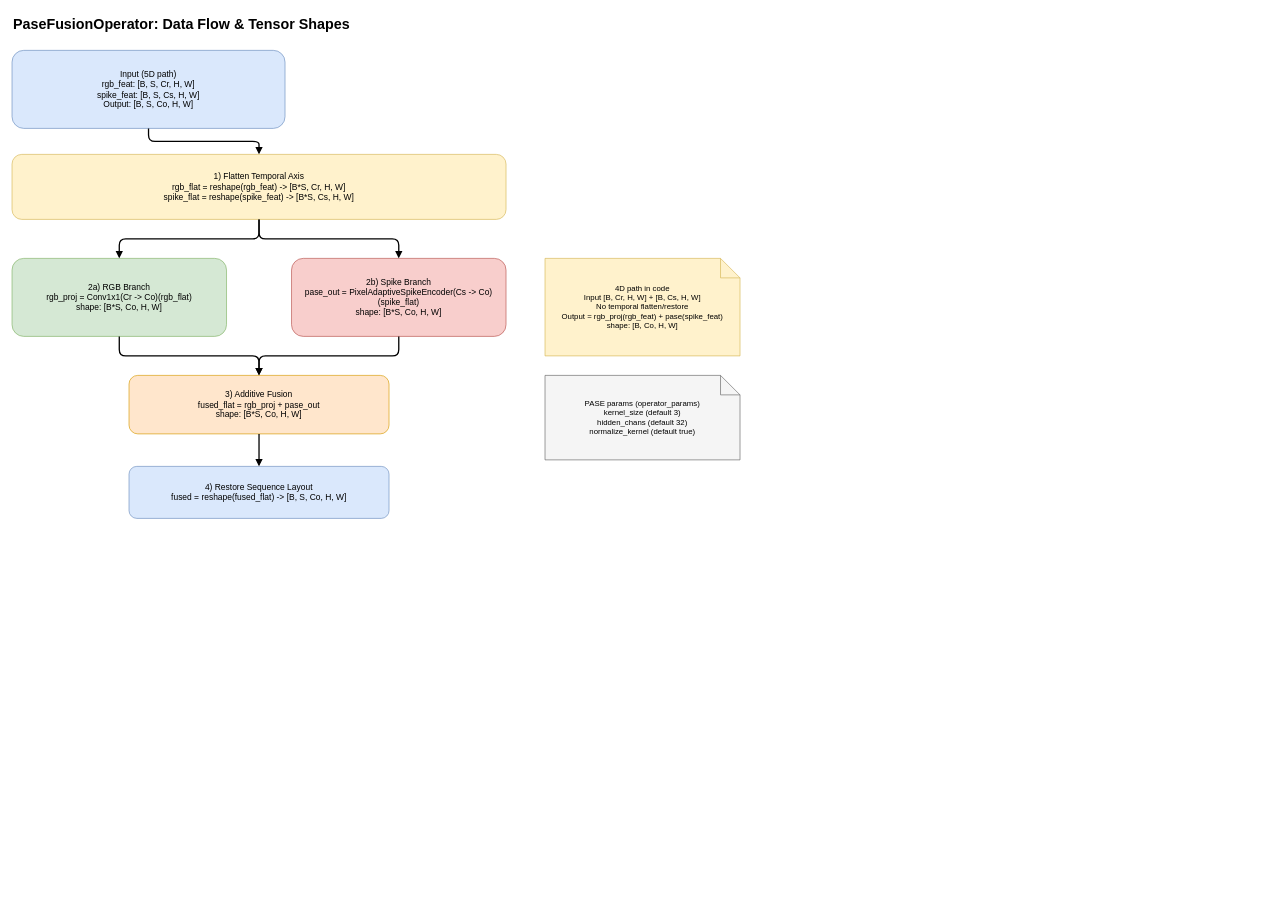
S-VRT/S-VRT keeps this draw.io diagram as docs/superpowers/diagrams/2026-04-08-svrt-pase-fusion-operator.drawio. Above is the earlier version. Source tidied: cells renumbered, new cells numbered last; positions are measured from the earlier drawing's top-left corner, leaving out a move shared by most shapes. Both pictures are drawn from the tidied source at 65%, with x=0, y=0 at pixel (12, 11).
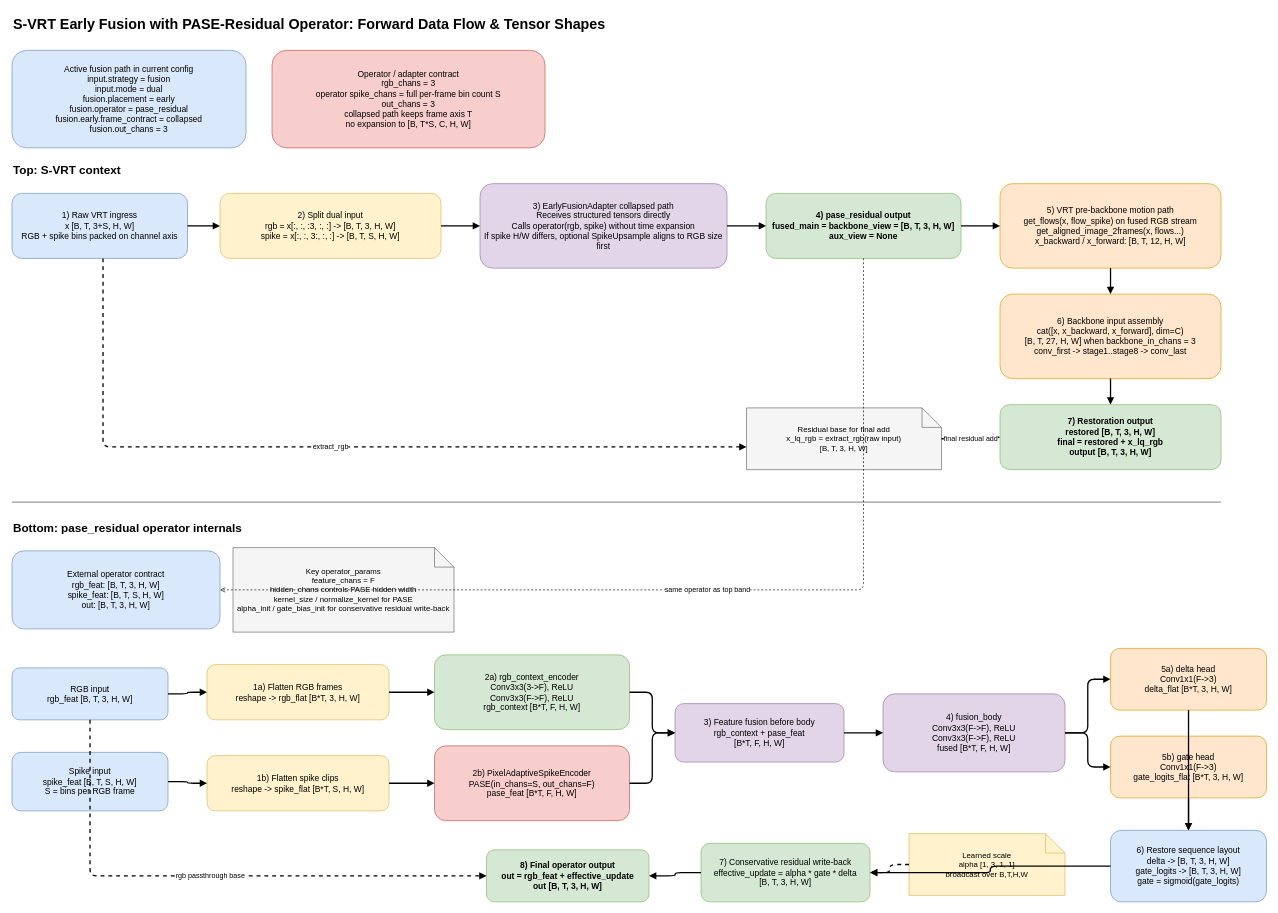
The same page after the edit.

Commit message (it also covers changes not shown here):
feat(fusion): implement pase residual raw-window spike representation and associated tests

What changed in the source:
```diff
@@
-    <mxCell id="2" value="PaseFusionOperator: Data Flow &amp; Tensor Shapes" style="text;html=1;strokeColor=none;fillColor=none;align=left;verticalAlign=middle;fontSize=22;fontStyle=1;" parent="1" vertex="1">
-      <mxGeometry width="820" height="40" as="geometry" />
+    <mxCell id="2" value="S-VRT Early Fusion with PASE-Residual Operator: Forward Data Flow &amp; Tensor Shapes" style="text;html=1;strokeColor=none;fillColor=none;align=left;verticalAlign=middle;fontSize=22;fontStyle=1;" parent="1" vertex="1">
+      <mxGeometry width="1500" height="40" as="geometry" />
     </mxCell>
-    <mxCell id="3" value="Input (5D path)&#10;rgb_feat: [B, S, Cr, H, W]&#10;spike_feat: [B, S, Cs, H, W]&#10;Output: [B, S, Co, H, W]" style="rounded=1;whiteSpace=wrap;html=1;fillColor=#dae8fc;strokeColor=#6c8ebf;fontSize=13;" parent="1" vertex="1">
-      <mxGeometry y="60" width="420" height="120" as="geometry" />
-    </mxCell>
-    <mxCell id="4" value="1) Flatten Temporal Axis&#10;rgb_flat = reshape(rgb_feat) -&gt; [B*S, Cr, H, W]&#10;spike_flat = reshape(spike_feat) -&gt; [B*S, Cs, H, W]" style="rounded=1;whiteSpace=wrap;html=1;fillColor=#fff2cc;strokeColor=#d6b656;fontSize=13;" parent="1" vertex="1">
-      <mxGeometry y="220" width="760" height="100" as="geometry" />
-    </mxCell>
-    <mxCell id="5" value="2a) RGB Branch&#10;rgb_proj = Conv1x1(Cr -&gt; Co)(rgb_flat)&#10;shape: [B*S, Co, H, W]" style="rounded=1;whiteSpace=wrap;html=1;fillColor=#d5e8d4;strokeColor=#82b366;fontSize=13;" parent="1" vertex="1">
-      <mxGeometry y="380" width="330" height="120" as="geometry" />
-    </mxCell>
-    <mxCell id="6" value="2b) Spike Branch&#10;pase_out = PixelAdaptiveSpikeEncoder(Cs -&gt; Co)(spike_flat)&#10;shape: [B*S, Co, H, W]" style="rounded=1;whiteSpace=wrap;html=1;fillColor=#f8cecc;strokeColor=#b85450;fontSize=13;" parent="1" vertex="1">
-      <mxGeometry x="430" y="380" width="330" height="120" as="geometry" />
-    </mxCell>
-    <mxCell id="7" value="3) Additive Fusion&#10;fused_flat = rgb_proj + pase_out&#10;shape: [B*S, Co, H, W]" style="rounded=1;whiteSpace=wrap;html=1;fillColor=#ffe6cc;strokeColor=#d79b00;fontSize=13;" parent="1" vertex="1">
-      <mxGeometry x="180" y="560" width="400" height="90" as="geometry" />
-    </mxCell>
+    <mxCell id="17" value="Active fusion path in current config&#10;input.strategy = fusion&#10;input.mode = dual&#10;fusion.placement = early&#10;fusion.operator = pase_residual&#10;fusion.early.frame_contract = collapsed&#10;fusion.out_chans = 3" style="rounded=1;whiteSpace=wrap;html=1;fillColor=#dae8fc;strokeColor=#6c8ebf;fontSize=13;" parent="1" vertex="1">
+      <mxGeometry y="60" width="360" height="150" as="geometry" />
+    </mxCell>
+    <mxCell id="18" value="Operator / adapter contract&#10;rgb_chans = 3&#10;operator spike_chans = full per-frame bin count S&#10;out_chans = 3&#10;collapsed path keeps frame axis T&#10;no expansion to [B, T*S, C, H, W]" style="rounded=1;whiteSpace=wrap;html=1;fillColor=#f8cecc;strokeColor=#b85450;fontSize=13;" parent="1" vertex="1">
+      <mxGeometry x="400" y="60" width="420" height="150" as="geometry" />
+    </mxCell>
+    <mxCell id="19" value="Top: S-VRT context" style="text;html=1;strokeColor=none;fillColor=none;align=left;verticalAlign=middle;fontSize=18;fontStyle=1;" parent="1" vertex="1">
+      <mxGeometry y="230" width="300" height="30" as="geometry" />
+    </mxCell>
+    <mxCell id="20" value="1) Raw VRT ingress&#10;x [B, T, 3+S, H, W]&#10;RGB + spike bins packed on channel axis" style="rounded=1;whiteSpace=wrap;html=1;fillColor=#dae8fc;strokeColor=#6c8ebf;fontSize=13;" parent="1" vertex="1">
+      <mxGeometry y="280" width="270" height="100" as="geometry" />
+    </mxCell>
+    <mxCell id="21" value="2) Split dual input&#10;rgb = x[:, :, :3, :, :] -&gt; [B, T, 3, H, W]&#10;spike = x[:, :, 3:, :, :] -&gt; [B, T, S, H, W]" style="rounded=1;whiteSpace=wrap;html=1;fillColor=#fff2cc;strokeColor=#d6b656;fontSize=13;" parent="1" vertex="1">
+      <mxGeometry x="320" y="280" width="340" height="100" as="geometry" />
+    </mxCell>
+    <mxCell id="22" value="3) EarlyFusionAdapter collapsed path&#10;Receives structured tensors directly&#10;Calls operator(rgb, spike) without time expansion&#10;If spike H/W differs, optional SpikeUpsample aligns to RGB size first" style="rounded=1;whiteSpace=wrap;html=1;fillColor=#e1d5e7;strokeColor=#9673a6;fontSize=13;" parent="1" vertex="1">
+      <mxGeometry x="720" y="265" width="380" height="130" as="geometry" />
+    </mxCell>
+    <mxCell id="23" value="4) pase_residual output&#10;fused_main = backbone_view = [B, T, 3, H, W]&#10;aux_view = None" style="rounded=1;whiteSpace=wrap;html=1;fillColor=#d5e8d4;strokeColor=#82b366;fontSize=13;fontStyle=1;" parent="1" vertex="1">
+      <mxGeometry x="1160" y="280" width="300" height="100" as="geometry" />
+    </mxCell>
+    <mxCell id="24" value="5) VRT pre-backbone motion path&#10;get_flows(x, flow_spike) on fused RGB stream&#10;get_aligned_image_2frames(x, flows...)&#10;x_backward / x_forward: [B, T, 12, H, W]" style="rounded=1;whiteSpace=wrap;html=1;fillColor=#ffe6cc;strokeColor=#d79b00;fontSize=13;" parent="1" vertex="1">
+      <mxGeometry x="1520" y="265" width="340" height="130" as="geometry" />
+    </mxCell>
+    <mxCell id="25" value="6) Backbone input assembly&#10;cat([x, x_backward, x_forward], dim=C)&#10;[B, T, 27, H, W] when backbone_in_chans = 3&#10;conv_first -&gt; stage1..stage8 -&gt; conv_last" style="rounded=1;whiteSpace=wrap;html=1;fillColor=#ffe6cc;strokeColor=#d79b00;fontSize=13;" parent="1" vertex="1">
+      <mxGeometry x="1520" y="435" width="340" height="130" as="geometry" />
+    </mxCell>
+    <mxCell id="26" value="7) Restoration output&#10;restored [B, T, 3, H, W]&#10;final = restored + x_lq_rgb&#10;output [B, T, 3, H, W]" style="rounded=1;whiteSpace=wrap;html=1;fillColor=#d5e8d4;strokeColor=#82b366;fontSize=13;fontStyle=1;" parent="1" vertex="1">
+      <mxGeometry x="1520" y="605" width="340" height="100" as="geometry" />
+    </mxCell>
+    <mxCell id="27" value="Residual base for final add&#10;x_lq_rgb = extract_rgb(raw input)&#10;[B, T, 3, H, W]" style="shape=note;whiteSpace=wrap;html=1;fillColor=#f5f5f5;strokeColor=#666666;fontSize=12;" parent="1" vertex="1">
+      <mxGeometry x="1130" y="610" width="300" height="95" as="geometry" />
+    </mxCell>
+    <mxCell id="28" style="line;strokeWidth=2;strokeColor=#999999;" parent="1" vertex="1">
+      <mxGeometry y="750" width="1860" height="10" as="geometry" />
+    </mxCell>
+    <mxCell id="29" value="Bottom: pase_residual operator internals" style="text;html=1;strokeColor=none;fillColor=none;align=left;verticalAlign=middle;fontSize=18;fontStyle=1;" parent="1" vertex="1">
+      <mxGeometry y="780" width="430" height="30" as="geometry" />
+    </mxCell>
+    <mxCell id="30" value="External operator contract&#10;rgb_feat: [B, T, 3, H, W]&#10;spike_feat: [B, T, S, H, W]&#10;out: [B, T, 3, H, W]" style="rounded=1;whiteSpace=wrap;html=1;fillColor=#dae8fc;strokeColor=#6c8ebf;fontSize=13;" parent="1" vertex="1">
+      <mxGeometry y="830" width="320" height="120" as="geometry" />
+    </mxCell>
+    <mxCell id="31" value="Key operator_params&#10;feature_chans = F&#10;hidden_chans controls PASE hidden width&#10;kernel_size / normalize_kernel for PASE&#10;alpha_init / gate_bias_init for conservative residual write-back" style="shape=note;whiteSpace=wrap;html=1;fillColor=#f5f5f5;strokeColor=#666666;fontSize=12;" parent="1" vertex="1">
+      <mxGeometry x="340" y="825" width="340" height="130" as="geometry" />
+    </mxCell>
+    <mxCell id="32" value="RGB input&#10;rgb_feat [B, T, 3, H, W]" style="rounded=1;whiteSpace=wrap;html=1;fillColor=#dae8fc;strokeColor=#6c8ebf;fontSize=13;" parent="1" vertex="1">
+      <mxGeometry y="1010" width="240" height="80" as="geometry" />
+    </mxCell>
+    <mxCell id="33" value="Spike input&#10;spike_feat [B, T, S, H, W]&#10;S = bins per RGB frame" style="rounded=1;whiteSpace=wrap;html=1;fillColor=#dae8fc;strokeColor=#6c8ebf;fontSize=13;" parent="1" vertex="1">
+      <mxGeometry y="1140" width="240" height="90" as="geometry" />
+    </mxCell>
+    <mxCell id="34" value="1a) Flatten RGB frames&#10;reshape -&gt; rgb_flat [B*T, 3, H, W]" style="rounded=1;whiteSpace=wrap;html=1;fillColor=#fff2cc;strokeColor=#d6b656;fontSize=13;" parent="1" vertex="1">
+      <mxGeometry x="300" y="1005" width="280" height="85" as="geometry" />
+    </mxCell>
+    <mxCell id="35" value="1b) Flatten spike clips&#10;reshape -&gt; spike_flat [B*T, S, H, W]" style="rounded=1;whiteSpace=wrap;html=1;fillColor=#fff2cc;strokeColor=#d6b656;fontSize=13;" parent="1" vertex="1">
+      <mxGeometry x="300" y="1145" width="280" height="85" as="geometry" />
+    </mxCell>
+    <mxCell id="36" value="2a) rgb_context_encoder&#10;Conv3x3(3-&gt;F), ReLU&#10;Conv3x3(F-&gt;F), ReLU&#10;rgb_context [B*T, F, H, W]" style="rounded=1;whiteSpace=wrap;html=1;fillColor=#d5e8d4;strokeColor=#82b366;fontSize=13;" parent="1" vertex="1">
+      <mxGeometry x="650" y="990" width="300" height="115" as="geometry" />
+    </mxCell>
+    <mxCell id="37" value="2b) PixelAdaptiveSpikeEncoder&#10;PASE(in_chans=S, out_chans=F)&#10;pase_feat [B*T, F, H, W]" style="rounded=1;whiteSpace=wrap;html=1;fillColor=#f8cecc;strokeColor=#b85450;fontSize=13;" parent="1" vertex="1">
+      <mxGeometry x="650" y="1130" width="300" height="115" as="geometry" />
+    </mxCell>
+    <mxCell id="38" value="3) Feature fusion before body&#10;rgb_context + pase_feat&#10;[B*T, F, H, W]" style="rounded=1;whiteSpace=wrap;html=1;fillColor=#e1d5e7;strokeColor=#9673a6;fontSize=13;" parent="1" vertex="1">
+      <mxGeometry x="1020" y="1065" width="260" height="90" as="geometry" />
+    </mxCell>
+    <mxCell id="39" value="4) fusion_body&#10;Conv3x3(F-&gt;F), ReLU&#10;Conv3x3(F-&gt;F), ReLU&#10;fused [B*T, F, H, W]" style="rounded=1;whiteSpace=wrap;html=1;fillColor=#e1d5e7;strokeColor=#9673a6;fontSize=13;" parent="1" vertex="1">
+      <mxGeometry x="1340" y="1050" width="280" height="120" as="geometry" />
+    </mxCell>
+    <mxCell id="40" value="5a) delta head&#10;Conv1x1(F-&gt;3)&#10;delta_flat [B*T, 3, H, W]" style="rounded=1;whiteSpace=wrap;html=1;fillColor=#ffe6cc;strokeColor=#d79b00;fontSize=13;" parent="1" vertex="1">
+      <mxGeometry x="1690" y="980" width="240" height="95" as="geometry" />
+    </mxCell>
+    <mxCell id="41" value="5b) gate head&#10;Conv1x1(F-&gt;3)&#10;gate_logits_flat [B*T, 3, H, W]" style="rounded=1;whiteSpace=wrap;html=1;fillColor=#ffe6cc;strokeColor=#d79b00;fontSize=13;" parent="1" vertex="1">
+      <mxGeometry x="1690" y="1115" width="240" height="95" as="geometry" />
+    </mxCell>
-    <mxCell id="8" value="4) Restore Sequence Layout&#10;fused = reshape(fused_flat) -&gt; [B, S, Co, H, W]" style="rounded=1;whiteSpace=wrap;html=1;fillColor=#dae8fc;strokeColor=#6c8ebf;fontSize=13;" parent="1" vertex="1">
-      <mxGeometry x="180" y="700" width="400" height="80" as="geometry" />
+    <mxCell id="8" value="6) Restore sequence layout&#10;delta -&gt; [B, T, 3, H, W]&#10;gate_logits -&gt; [B, T, 3, H, W]&#10;gate = sigmoid(gate_logits)" style="rounded=1;whiteSpace=wrap;html=1;fillColor=#dae8fc;strokeColor=#6c8ebf;fontSize=13;" parent="1" vertex="1">
+      <mxGeometry x="1690" y="1260" width="240" height="110" as="geometry" />
     </mxCell>
-    <mxCell id="9" value="4D path in code&#10;Input [B, Cr, H, W] + [B, Cs, H, W]&#10;No temporal flatten/restore&#10;Output = rgb_proj(rgb_feat) + pase(spike_feat)&#10;shape: [B, Co, H, W]" style="shape=note;whiteSpace=wrap;html=1;fillColor=#fff2cc;strokeColor=#d6b656;fontSize=12;" parent="1" vertex="1">
-      <mxGeometry x="820" y="380" width="300" height="150" as="geometry" />
-    </mxCell>
-    <mxCell id="10" value="PASE params (operator_params)&#10;kernel_size (default 3)&#10;hidden_chans (default 32)&#10;normalize_kernel (default true)" style="shape=note;whiteSpace=wrap;html=1;fillColor=#f5f5f5;strokeColor=#666666;fontSize=12;" parent="1" vertex="1">
-      <mxGeometry x="820" y="560" width="300" height="130" as="geometry" />
-    </mxCell>
+    <mxCell id="42" value="Learned scale&#10;alpha [1, 3, 1, 1]&#10;broadcast over B,T,H,W" style="shape=note;whiteSpace=wrap;html=1;fillColor=#fff2cc;strokeColor=#d6b656;fontSize=12;" parent="1" vertex="1">
+      <mxGeometry x="1380" y="1265" width="240" height="95" as="geometry" />
+    </mxCell>
+    <mxCell id="43" value="7) Conservative residual write-back&#10;effective_update = alpha * gate * delta&#10;[B, T, 3, H, W]" style="rounded=1;whiteSpace=wrap;html=1;fillColor=#d5e8d4;strokeColor=#82b366;fontSize=13;" parent="1" vertex="1">
+      <mxGeometry x="1060" y="1280" width="260" height="90" as="geometry" />
+    </mxCell>
+    <mxCell id="44" value="8) Final operator output&#10;out = rgb_feat + effective_update&#10;out [B, T, 3, H, W]" style="rounded=1;whiteSpace=wrap;html=1;fillColor=#d5e8d4;strokeColor=#82b366;fontSize=13;fontStyle=1;" parent="1" vertex="1">
+      <mxGeometry x="730" y="1290" width="250" height="80" as="geometry" />
+    </mxCell>
-    <mxCell id="11" style="edgeStyle=orthogonalEdgeStyle;html=1;endArrow=block;endFill=1;strokeWidth=2;" parent="1" edge="1" source="3" target="4">
+    <mxCell id="11" style="edgeStyle=orthogonalEdgeStyle;html=1;endArrow=block;endFill=1;strokeWidth=2;" parent="1" edge="1" source="20" target="21">
       <mxGeometry relative="1" as="geometry" />
     </mxCell>
-    <mxCell id="12" style="edgeStyle=orthogonalEdgeStyle;html=1;endArrow=block;endFill=1;strokeWidth=2;" parent="1" edge="1" source="4" target="5">
+    <mxCell id="12" style="edgeStyle=orthogonalEdgeStyle;html=1;endArrow=block;endFill=1;strokeWidth=2;" parent="1" edge="1" source="21" target="22">
       <mxGeometry relative="1" as="geometry" />
     </mxCell>
-    <mxCell id="13" style="edgeStyle=orthogonalEdgeStyle;html=1;endArrow=block;endFill=1;strokeWidth=2;" parent="1" edge="1" source="4" target="6">
+    <mxCell id="13" style="edgeStyle=orthogonalEdgeStyle;html=1;endArrow=block;endFill=1;strokeWidth=2;" parent="1" edge="1" source="22" target="23">
       <mxGeometry relative="1" as="geometry" />
     </mxCell>
-    <mxCell id="14" style="edgeStyle=orthogonalEdgeStyle;html=1;endArrow=block;endFill=1;strokeWidth=2;" parent="1" edge="1" source="5" target="7">
+    <mxCell id="14" style="edgeStyle=orthogonalEdgeStyle;html=1;endArrow=block;endFill=1;strokeWidth=2;" parent="1" edge="1" source="23" target="24">
       <mxGeometry relative="1" as="geometry" />
     </mxCell>
-    <mxCell id="15" style="edgeStyle=orthogonalEdgeStyle;html=1;endArrow=block;endFill=1;strokeWidth=2;" parent="1" edge="1" source="6" target="7">
+    <mxCell id="15" style="edgeStyle=orthogonalEdgeStyle;html=1;endArrow=block;endFill=1;strokeWidth=2;" parent="1" edge="1" source="24" target="25">
       <mxGeometry relative="1" as="geometry" />
     </mxCell>
-    <mxCell id="16" style="edgeStyle=orthogonalEdgeStyle;html=1;endArrow=block;endFill=1;strokeWidth=2;" parent="1" edge="1" source="7" target="8">
+    <mxCell id="16" style="edgeStyle=orthogonalEdgeStyle;html=1;endArrow=block;endFill=1;strokeWidth=2;" parent="1" edge="1" source="25" target="26">
       <mxGeometry relative="1" as="geometry" />
     </mxCell>
+    <mxCell id="45" value="extract_rgb" style="edgeStyle=orthogonalEdgeStyle;html=1;endArrow=block;endFill=1;strokeWidth=2;dashed=1;" parent="1" edge="1" source="20" target="27">
+      <mxGeometry relative="1" as="geometry">
+        <Array as="points">
+          <mxPoint x="140" y="670" />
+          <mxPoint x="1140" y="670" />
+        </Array>
+      </mxGeometry>
+    </mxCell>
+    <mxCell id="46" value="final residual add" style="edgeStyle=orthogonalEdgeStyle;html=1;endArrow=block;endFill=1;strokeWidth=2;dashed=1;" parent="1" edge="1" source="27" target="26">
+      <mxGeometry relative="1" as="geometry" />
+    </mxCell>
+    <mxCell id="47" style="edgeStyle=orthogonalEdgeStyle;html=1;endArrow=block;endFill=1;strokeWidth=2;" parent="1" edge="1" source="32" target="34">
+      <mxGeometry relative="1" as="geometry" />
+    </mxCell>
+    <mxCell id="48" style="edgeStyle=orthogonalEdgeStyle;html=1;endArrow=block;endFill=1;strokeWidth=2;" parent="1" edge="1" source="33" target="35">
+      <mxGeometry relative="1" as="geometry" />
+    </mxCell>
+    <mxCell id="49" style="edgeStyle=orthogonalEdgeStyle;html=1;endArrow=block;endFill=1;strokeWidth=2;" parent="1" edge="1" source="34" target="36">
+      <mxGeometry relative="1" as="geometry" />
+    </mxCell>
+    <mxCell id="50" style="edgeStyle=orthogonalEdgeStyle;html=1;endArrow=block;endFill=1;strokeWidth=2;" parent="1" edge="1" source="35" target="37">
+      <mxGeometry relative="1" as="geometry" />
+    </mxCell>
+    <mxCell id="51" style="edgeStyle=orthogonalEdgeStyle;html=1;endArrow=block;endFill=1;strokeWidth=2;" parent="1" edge="1" source="36" target="38">
+      <mxGeometry relative="1" as="geometry" />
+    </mxCell>
+    <mxCell id="52" style="edgeStyle=orthogonalEdgeStyle;html=1;endArrow=block;endFill=1;strokeWidth=2;" parent="1" edge="1" source="37" target="38">
+      <mxGeometry relative="1" as="geometry" />
+    </mxCell>
+    <mxCell id="53" style="edgeStyle=orthogonalEdgeStyle;html=1;endArrow=block;endFill=1;strokeWidth=2;" parent="1" edge="1" source="38" target="39">
+      <mxGeometry relative="1" as="geometry" />
+    </mxCell>
+    <mxCell id="54" style="edgeStyle=orthogonalEdgeStyle;html=1;endArrow=block;endFill=1;strokeWidth=2;" parent="1" edge="1" source="39" target="40">
+      <mxGeometry relative="1" as="geometry" />
+    </mxCell>
+    <mxCell id="55" style="edgeStyle=orthogonalEdgeStyle;html=1;endArrow=block;endFill=1;strokeWidth=2;" parent="1" edge="1" source="39" target="41">
+      <mxGeometry relative="1" as="geometry" />
+    </mxCell>
+    <mxCell id="56" style="edgeStyle=orthogonalEdgeStyle;html=1;endArrow=block;endFill=1;strokeWidth=2;" parent="1" edge="1" source="40" target="8">
+      <mxGeometry relative="1" as="geometry" />
+    </mxCell>
+    <mxCell id="57" style="edgeStyle=orthogonalEdgeStyle;html=1;endArrow=block;endFill=1;strokeWidth=2;" parent="1" edge="1" source="41" target="8">
+      <mxGeometry relative="1" as="geometry" />
+    </mxCell>
+    <mxCell id="58" style="edgeStyle=orthogonalEdgeStyle;html=1;endArrow=block;endFill=1;strokeWidth=2;" parent="1" edge="1" source="8" target="43">
+      <mxGeometry relative="1" as="geometry" />
+    </mxCell>
+    <mxCell id="59" style="edgeStyle=orthogonalEdgeStyle;html=1;endArrow=block;endFill=1;strokeWidth=2;dashed=1;" parent="1" edge="1" source="42" target="43">
+      <mxGeometry relative="1" as="geometry" />
+    </mxCell>
+    <mxCell id="60" value="rgb passthrough base" style="edgeStyle=orthogonalEdgeStyle;html=1;endArrow=block;endFill=1;strokeWidth=2;dashed=1;" parent="1" edge="1" source="32" target="44">
+      <mxGeometry relative="1" as="geometry">
+        <Array as="points">
+          <mxPoint x="120" y="1330" />
+          <mxPoint x="720" y="1330" />
+        </Array>
+      </mxGeometry>
+    </mxCell>
+    <mxCell id="61" style="edgeStyle=orthogonalEdgeStyle;html=1;endArrow=block;endFill=1;strokeWidth=2;" parent="1" edge="1" source="43" target="44">
+      <mxGeometry relative="1" as="geometry" />
+    </mxCell>
+    <mxCell id="62" value="same operator as top band" style="edgeStyle=orthogonalEdgeStyle;html=1;endArrow=open;endFill=0;strokeWidth=1;dashed=1;" parent="1" edge="1" source="23" target="30">
+      <mxGeometry relative="1" as="geometry">
+        <Array as="points">
+          <mxPoint x="1310" y="500" />
+          <mxPoint x="1310" y="880" />
+        </Array>
+      </mxGeometry>
+    </mxCell>
```
